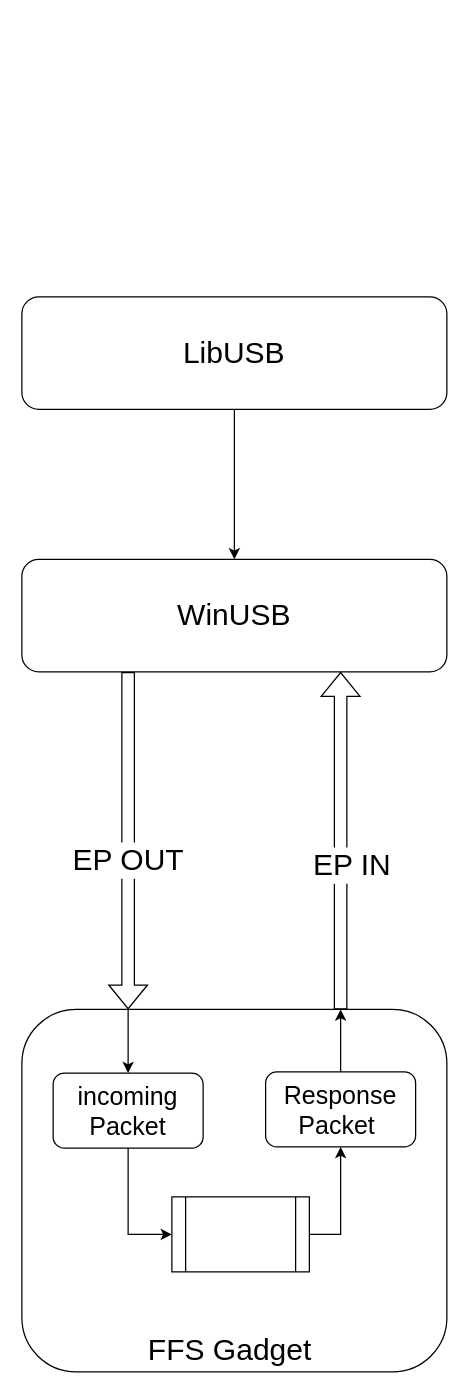
Before: xc01 usb.drawio in joliet0l/Diagram, a draw.io diagram. Source tidied: cells renumbered, new cells numbered last; positions are measured from the earlier drawing's top-left corner, leaving out a move shared by most shapes. Both pictures are drawn from the tidied source at 125%, with x=0, y=0 at pixel (21, 296).
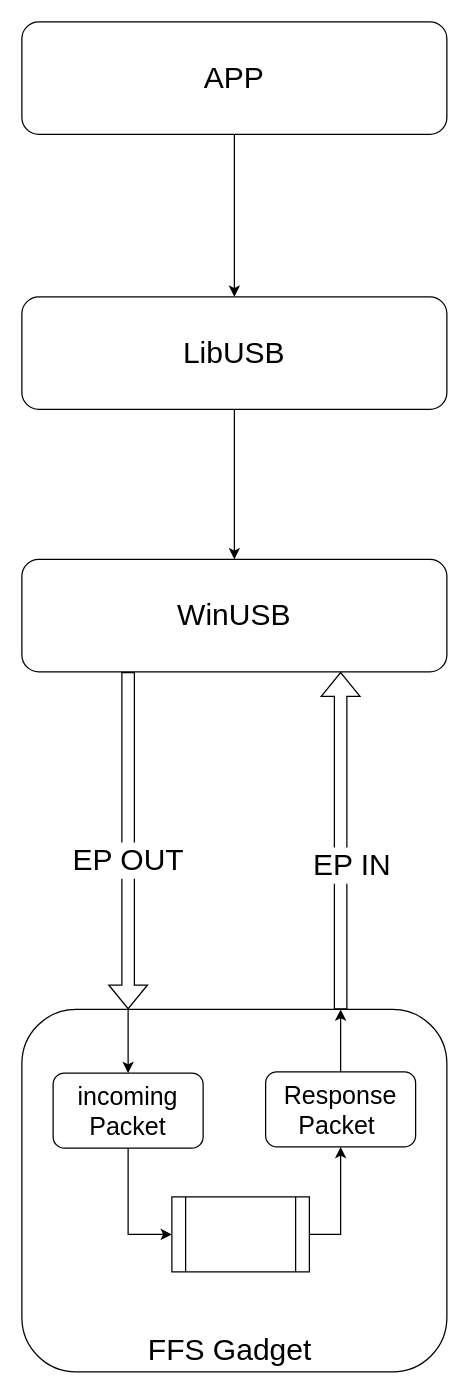
Above is the later version.

What changed in the source:
```diff
@@
 <mxGraphModel>
   <root>
     <mxCell id="0" />
     <mxCell id="1" parent="0" />
     <mxCell id="2" value="FFS Gadget&amp;nbsp;" style="rounded=1;whiteSpace=wrap;html=1;fontSize=24;labelPosition=center;verticalLabelPosition=middle;align=center;verticalAlign=bottom;" parent="1" vertex="1">
       <mxGeometry y="570" width="340" height="290" as="geometry" />
     </mxCell>
     <mxCell id="3" style="edgeStyle=orthogonalEdgeStyle;rounded=0;jettySize=auto;html=1;" parent="1" edge="1" source="4" target="5">
       <mxGeometry relative="1" as="geometry" />
     </mxCell>
     <mxCell id="4" value="LibUSB" style="rounded=1;whiteSpace=wrap;html=1;fontSize=24;" parent="1" vertex="1">
       <mxGeometry width="340" height="90" as="geometry" />
     </mxCell>
     <mxCell id="5" value="WinUSB" style="rounded=1;whiteSpace=wrap;html=1;fontSize=24;" parent="1" vertex="1">
       <mxGeometry y="210" width="340" height="90" as="geometry" />
     </mxCell>
     <mxCell id="6" style="shape=flexArrow;endArrow=classic;html=1;rounded=0;exitX=0.25;exitY=1;exitDx=0;exitDy=0;fontSize=19;entryX=0.25;entryY=0;entryDx=0;entryDy=0;" parent="1" edge="1" source="5" target="2">
       <mxGeometry relative="1" as="geometry" />
     </mxCell>
     <mxCell id="7" value="&lt;font style=&quot;font-size: 24px;&quot;&gt;EP OUT&lt;/font&gt;" style="edgeLabel;html=1;align=center;verticalAlign=middle;" parent="6" vertex="1">
       <mxGeometry x="0.11" relative="1" as="geometry" />
     </mxCell>
     <mxCell id="8" style="shape=flexArrow;endArrow=classic;html=1;rounded=0;entryX=0.75;entryY=1;entryDx=0;entryDy=0;exitX=0.75;exitY=0;exitDx=0;exitDy=0;" parent="1" edge="1" source="2" target="5">
       <mxGeometry relative="1" as="geometry" />
     </mxCell>
     <mxCell id="9" value="&lt;font style=&quot;font-size: 24px;&quot;&gt;EP IN&lt;/font&gt;" style="edgeLabel;html=1;align=center;verticalAlign=middle;" parent="8" vertex="1">
       <mxGeometry x="-0.14" y="-8" relative="1" as="geometry" />
     </mxCell>
     <mxCell id="10" style="edgeStyle=orthogonalEdgeStyle;rounded=0;jettySize=auto;html=1;entryX=0.5;entryY=1;entryDx=0;entryDy=0;exitX=1;exitY=0.5;exitDx=0;exitDy=0;" parent="1" edge="1" source="11" target="14">
       <mxGeometry relative="1" as="geometry" />
     </mxCell>
     <mxCell id="11" style="shape=process;whiteSpace=wrap;html=1;backgroundOutline=1;" parent="1" vertex="1">
       <mxGeometry x="120" y="720" width="110" height="60" as="geometry" />
     </mxCell>
     <mxCell id="12" style="edgeStyle=orthogonalEdgeStyle;rounded=0;jettySize=auto;html=1;entryX=0;entryY=0.5;entryDx=0;entryDy=0;" parent="1" edge="1" source="13" target="11">
       <mxGeometry relative="1" as="geometry" />
     </mxCell>
     <mxCell id="13" value="&lt;div&gt;incoming&lt;/div&gt;&lt;div&gt;Packet&lt;/div&gt;" style="rounded=1;whiteSpace=wrap;html=1;fontSize=20;" parent="1" vertex="1">
       <mxGeometry x="25" y="621" width="120" height="60" as="geometry" />
     </mxCell>
     <mxCell id="14" value="&lt;div&gt;Response&lt;/div&gt;&lt;div&gt;Packet&amp;nbsp;&lt;/div&gt;" style="rounded=1;whiteSpace=wrap;html=1;fontSize=20;" parent="1" vertex="1">
       <mxGeometry x="195" y="620" width="120" height="60" as="geometry" />
     </mxCell>
     <mxCell id="15" style="endArrow=none;html=1;rounded=0;entryX=0.25;entryY=0;entryDx=0;entryDy=0;exitX=0.5;exitY=0;exitDx=0;exitDy=0;startArrow=classic;startFill=1;" parent="1" edge="1" source="13" target="2">
       <mxGeometry relative="1" as="geometry" />
     </mxCell>
     <mxCell id="16" style="endArrow=classic;html=1;rounded=0;entryX=0.75;entryY=0;entryDx=0;entryDy=0;exitX=0.5;exitY=0;exitDx=0;exitDy=0;" parent="1" edge="1" source="14" target="2">
       <mxGeometry relative="1" as="geometry" />
     </mxCell>
+    <mxCell id="17" style="edgeStyle=orthogonalEdgeStyle;rounded=0;jettySize=auto;html=1;entryX=0.5;entryY=0;entryDx=0;entryDy=0;" parent="1" edge="1" source="18" target="4">
+      <mxGeometry relative="1" as="geometry" />
+    </mxCell>
+    <mxCell id="18" value="APP" style="rounded=1;whiteSpace=wrap;html=1;fontSize=24;" parent="1" vertex="1">
+      <mxGeometry y="-220" width="340" height="90" as="geometry" />
+    </mxCell>
   </root>
 </mxGraphModel>
```
